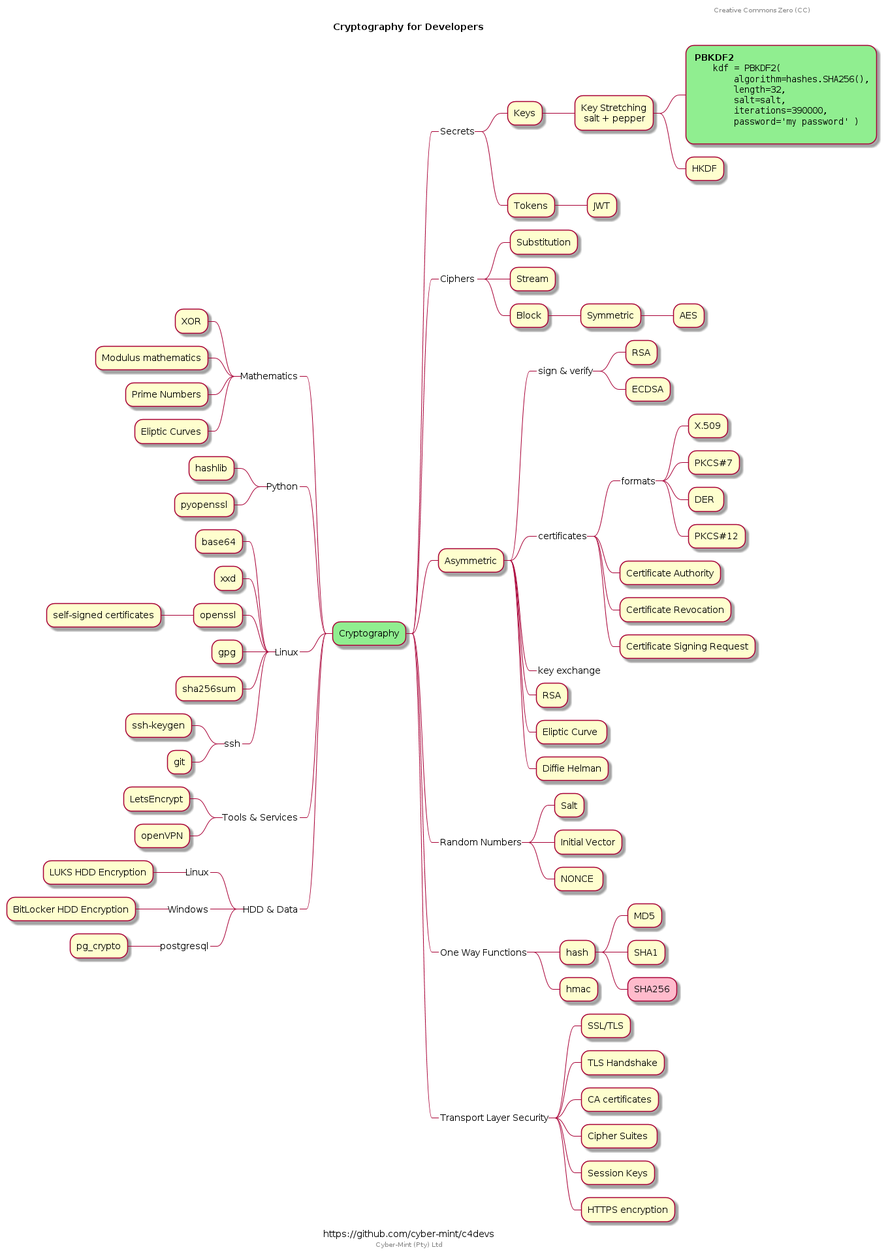
Before: out/cryptography/cryptography.png, a diagram exported from PlantUML (Cyber-Mint/c4devs).
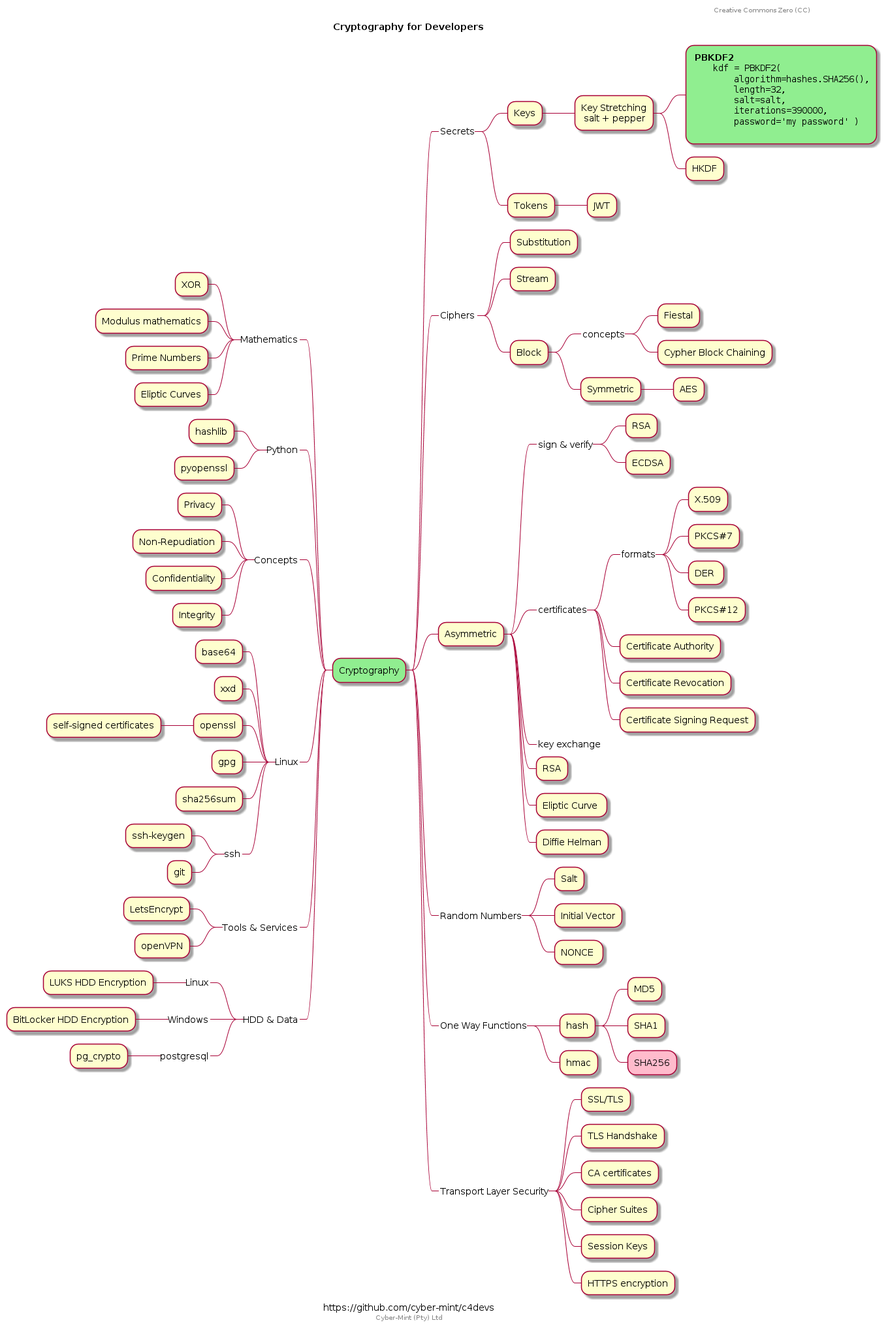
The same file after the commit.

What changed in the source:
```diff
@@ -28,6 +28,9 @@
   * Substitution
   * Stream
   * Block
+   *_ concepts
+    * Fiestal
+    * Cypher Block Chaining
    * Symmetric
     * AES
  * Asymmetric
@@ -78,6 +81,13 @@
   * hashlib
   * pyopenssl
 
+--_ Concepts
+  * Privacy
+  * Non-Repudiation
+  * Confidentiality
+  * Integrity
+
+
 --_ Linux
   * base64
   * xxd
```
